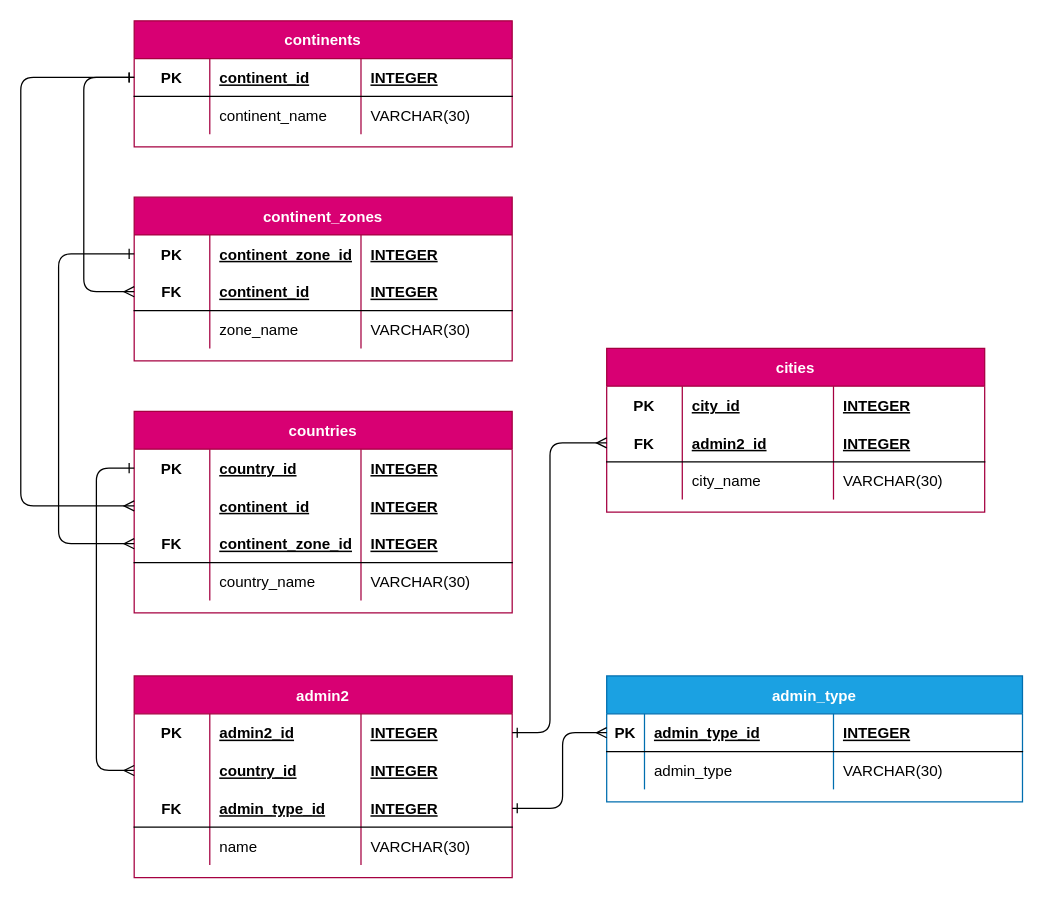
Above: page "physical" (3 of 3) of mundo_ER.drawio in r3card0/mundo-octo-potato (draw.io), before the change. Source tidied: cells renumbered, new cells numbered last; positions are measured from the earlier drawing's top-left corner, leaving out a move shared by most shapes. Both pictures are drawn from the tidied source at 126%, with x=0, y=0 at pixel (20, 20).
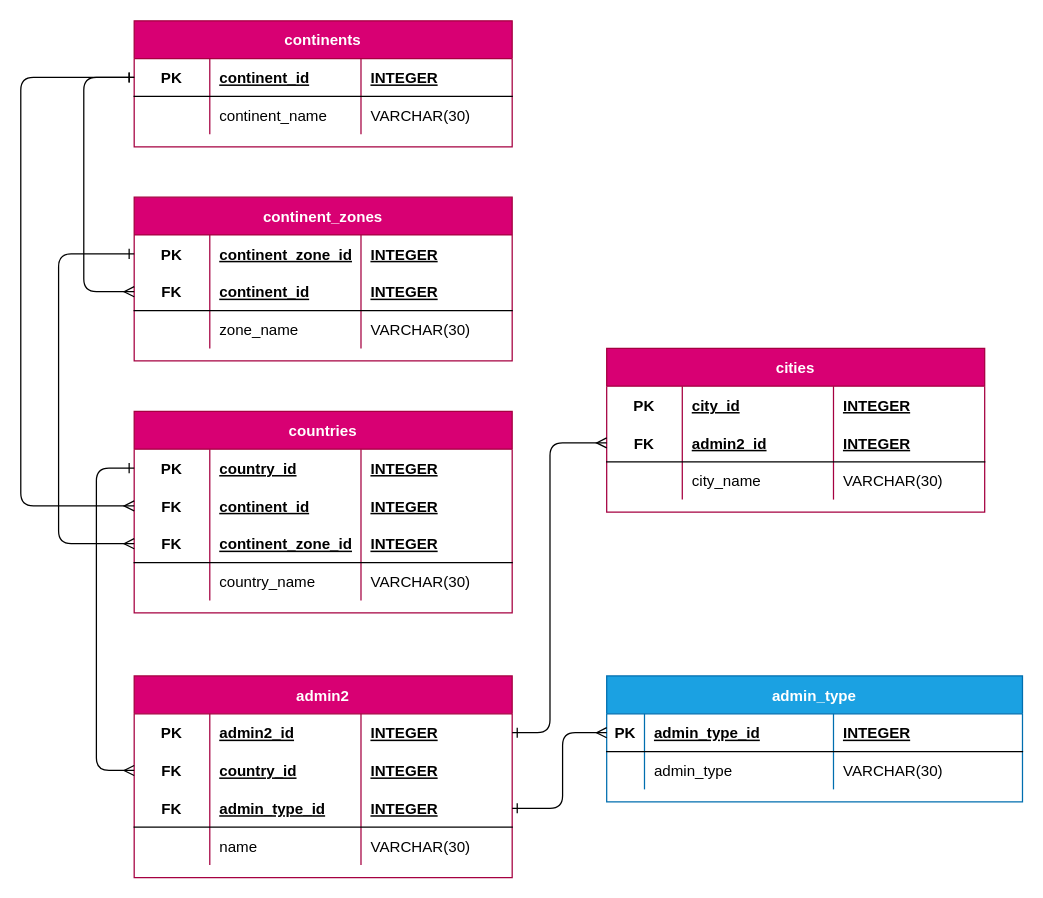
The same diagram, later.

Commit message:
fixed physical model added FK

The change refers to these unchanged cells:
```xml
<mxCell id="16" style="shape=partialRectangle;fillColor=none;top=0;left=0;bottom=0;right=0;points=[[0,0.5],[1,0.5]];portConstraint=eastwest;" parent="11" vertex="1">
  <mxGeometry y="60" width="300" height="30" as="geometry" />
</mxCell>
<mxCell id="69" style="shape=partialRectangle;fillColor=none;top=0;left=0;bottom=0;right=0;points=[[0,0.5],[1,0.5]];portConstraint=eastwest;" parent="64" vertex="1">
  <mxGeometry y="60" width="300" height="30" as="geometry" />
</mxCell>
```

The edit, as a diff of the source:
```diff
@@
-    <mxCell id="17" style="shape=partialRectangle;fillColor=none;top=0;left=0;bottom=0;right=0;fontStyle=1;overflow=hidden;" parent="16" vertex="1">
+    <mxCell id="17" value="FK" style="shape=partialRectangle;fillColor=none;top=0;left=0;bottom=0;right=0;fontStyle=1;overflow=hidden;" parent="16" vertex="1">
       <mxGeometry width="60" height="30" as="geometry" />
     </mxCell>
@@
-    <mxCell id="70" style="shape=partialRectangle;fillColor=none;top=0;left=0;bottom=0;right=0;fontStyle=1;overflow=hidden;" parent="69" vertex="1">
+    <mxCell id="70" value="FK" style="shape=partialRectangle;fillColor=none;top=0;left=0;bottom=0;right=0;fontStyle=1;overflow=hidden;" parent="69" vertex="1">
       <mxGeometry width="60" height="30" as="geometry" />
     </mxCell>
```
